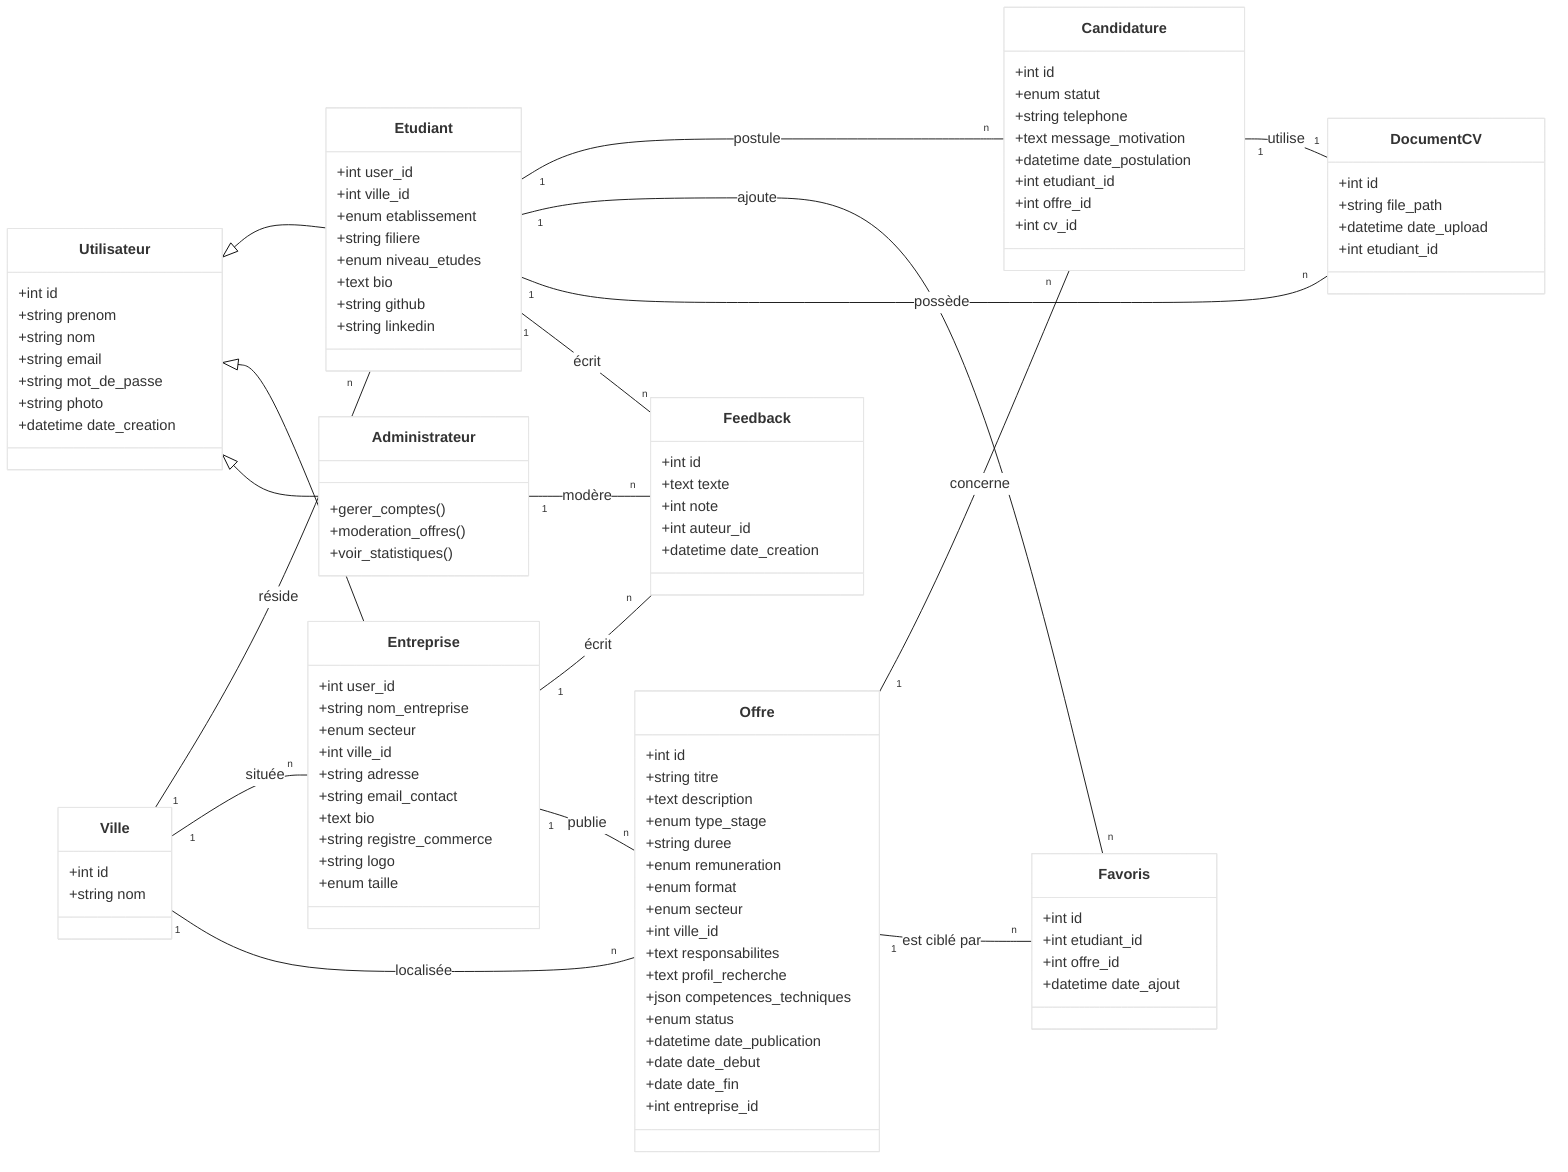
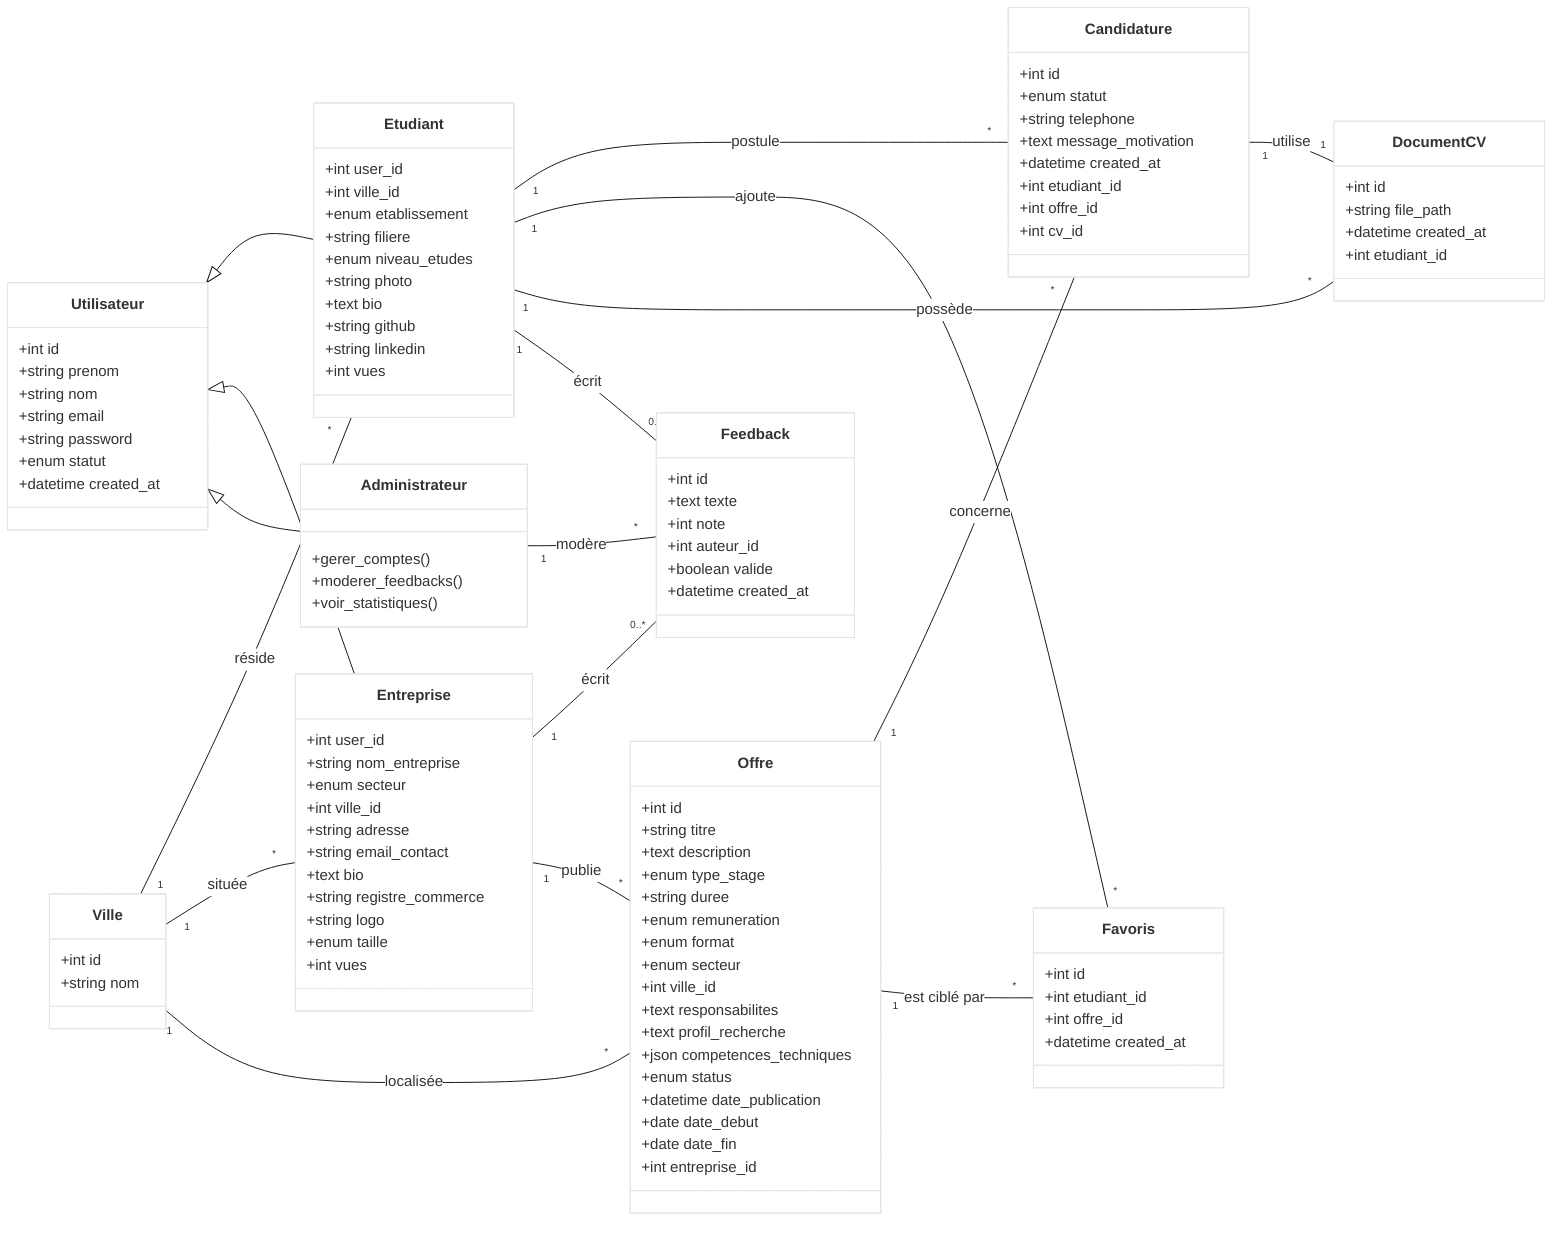
%%{init: {'theme': 'base', 'themeVariables': { 'primaryColor': '#ffffff', 'edgeLabelBackground':'#ffffff', 'tertiaryColor': '#ffffff'}}}%%
classDiagram
    direction LR

    %% ====================
    %% Classes de base (Utilisateurs)
    %% ====================
    class Utilisateur {
        +int id
        +string prenom
        +string nom
        +string email
-         +string mot_de_passe
-         +string photo
-         +datetime date_creation
+         +string password
+         +enum statut
+         +datetime created_at
    }

    class Etudiant {
        +int user_id
        +int ville_id
        +enum etablissement
        +string filiere
        +enum niveau_etudes
+         +string photo
        +text bio
        +string github
        +string linkedin
+         +int vues
    }

    class Entreprise {
        +int user_id
        +string nom_entreprise
        +enum secteur
        +int ville_id
        +string adresse
        +string email_contact
        +text bio
        +string registre_commerce
        +string logo
        +enum taille
+         +int vues
    }

    class Administrateur {
        +gerer_comptes()
-         +moderation_offres()
+         +moderer_feedbacks()
        +voir_statistiques()
    }

    %% ====================
    %% Entités Métier
    %% ====================
    class Offre {
        +int id
        +string titre
        +text description
        +enum type_stage
        +string duree
        +enum remuneration
        +enum format
        +enum secteur
        +int ville_id
        +text responsabilites
        +text profil_recherche
        +json competences_techniques
        +enum status
        +datetime date_publication
        +date date_debut
        +date date_fin
        +int entreprise_id
    }

    class Candidature {
        +int id
        +enum statut
        +string telephone
        +text message_motivation
-         +datetime date_postulation
+         +datetime created_at
        +int etudiant_id
        +int offre_id
        +int cv_id
    }

    class DocumentCV {
        +int id
        +string file_path
-         +datetime date_upload
+         +datetime created_at
        +int etudiant_id
    }

    class Feedback {
        +int id
        +text texte
        +int note
        +int auteur_id
-         +datetime date_creation
+         +boolean valide
+         +datetime created_at
    }

    class Favoris {
        +int id
        +int etudiant_id
        +int offre_id
-         +datetime date_ajout
+         +datetime created_at
    }

    class Ville {
        +int id
        +string nom
    }

    %% ====================
-     %% Héritage
+     %% Héritage (Logique)
    %% ====================
    Utilisateur <|-- Etudiant
    Utilisateur <|-- Entreprise
    Utilisateur <|-- Administrateur

    %% ====================
    %% Relations & Cardinalités
    %% ====================

-     Ville "1" -- "n" Etudiant : réside
-     Ville "1" -- "n" Entreprise : située
-     Ville "1" -- "n" Offre : localisée
+     Ville "1" -- "*" Etudiant : réside
+     Ville "1" -- "*" Entreprise : située
+     Ville "1" -- "*" Offre : localisée

-     Etudiant "1" -- "n" Candidature : postule
-     Etudiant "1" -- "n" Favoris : ajoute
-     Etudiant "1" -- "n" DocumentCV : possède
-     Etudiant "1" -- "n" Feedback : écrit
+     Etudiant "1" -- "*" Candidature : postule
+     Etudiant "1" -- "*" Favoris : ajoute
+     Etudiant "1" -- "*" DocumentCV : possède
+     Etudiant "1" -- "0..*" Feedback : écrit

-     Entreprise "1" -- "n" Feedback : écrit
-     Entreprise "1" -- "n" Offre : publie
+     Entreprise "1" -- "0..*" Feedback : écrit
+     Entreprise "1" -- "*" Offre : publie

-     Offre "1" -- "n" Candidature : concerne
-     Offre "1" -- "n" Favoris : est ciblé par
+     Offre "1" -- "*" Candidature : concerne
+     Offre "1" -- "*" Favoris : est ciblé par

-     Administrateur "1" -- "n" Feedback : modère
+     Administrateur "1" -- "*" Feedback : modère

-     Candidature "1" -- "1" DocumentCV : utilise+     Candidature "1" -- "1" DocumentCV : utilise
